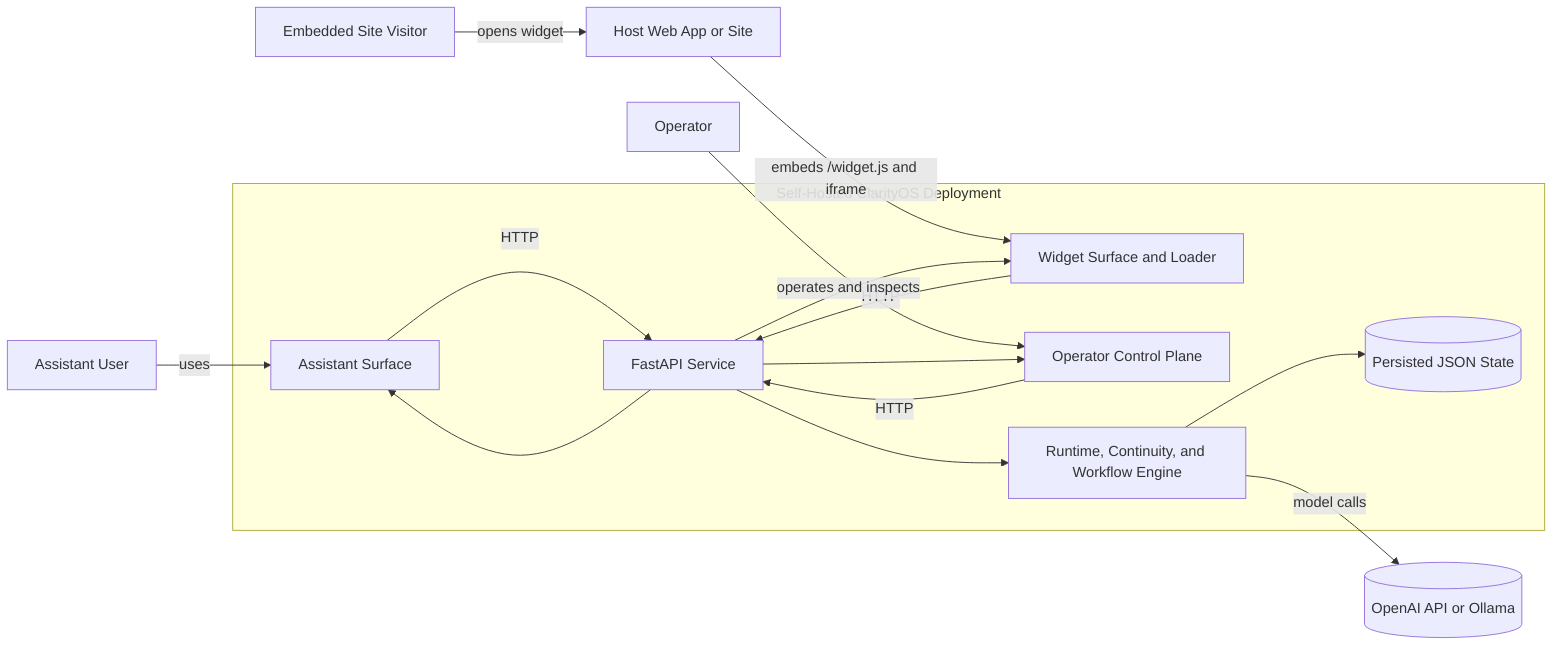
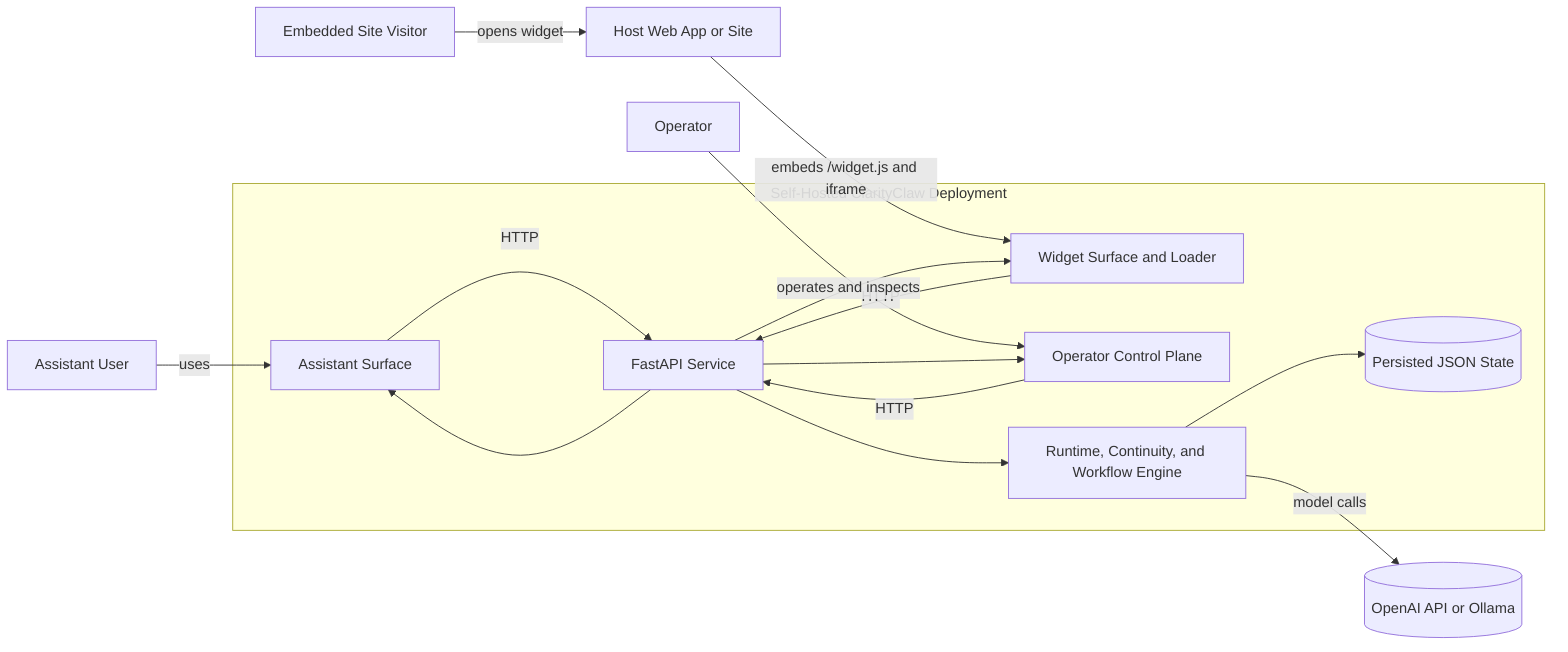
flowchart LR
    AU[Assistant User]
    EV[Embedded Site Visitor]
    HS[Host Web App or Site]
    OP[Operator]
    MP[(OpenAI API or Ollama)]

-     subgraph DEPLOY[Self-Hosted ClarityOS Deployment]
+     subgraph DEPLOY[Self-Hosted ClarityClaw Deployment]
        API[FastAPI Service]
        AS[Assistant Surface]
        WG[Widget Surface and Loader]
        CP[Operator Control Plane]
        RT[Runtime, Continuity, and Workflow Engine]
        STATE[(Persisted JSON State)]
    end

    AU -->|uses| AS
    AS -->|HTTP| API

    EV -->|opens widget| HS
    HS -->|embeds /widget.js and iframe| WG
    WG -->|HTTP| API

    OP -->|operates and inspects| CP
    CP -->|HTTP| API

    API --> RT
    RT --> STATE
    RT -->|model calls| MP

    API --> AS
    API --> WG
    API --> CP
